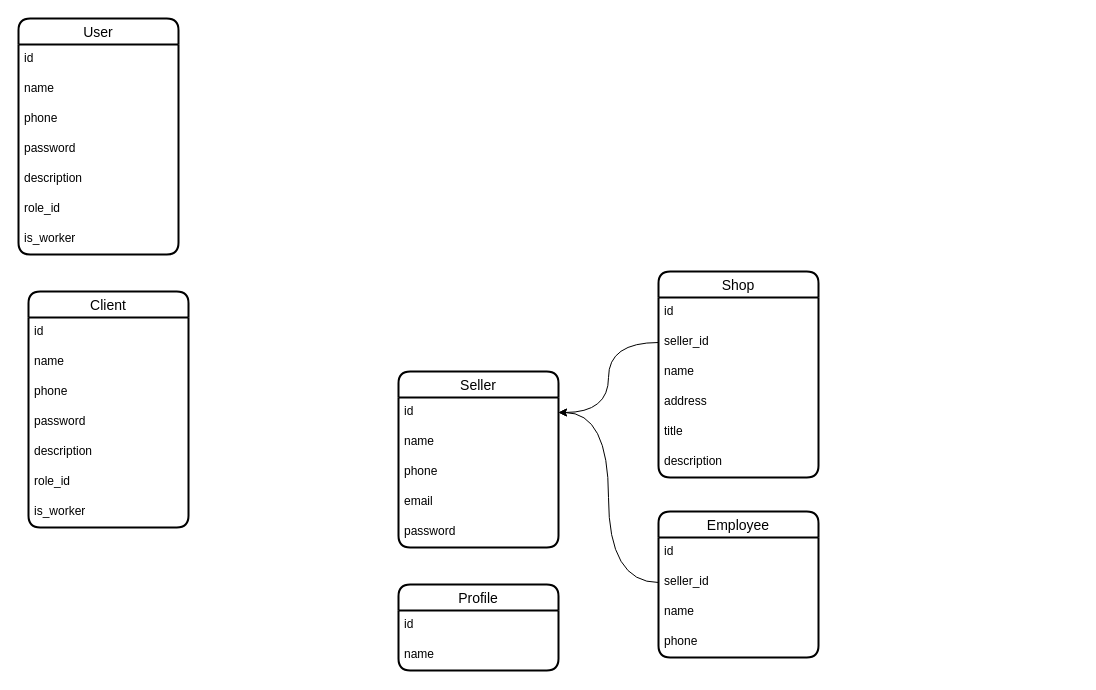
Above: karsoft-e-commerce.drawio in iztileuoff/databases (draw.io), before the change. Source tidied: cells renumbered, new cells numbered last; positions are measured from the earlier drawing's top-left corner, leaving out a move shared by most shapes. Both pictures are drawn from the tidied source at 100%, with x=0, y=0 at pixel (18, 18).
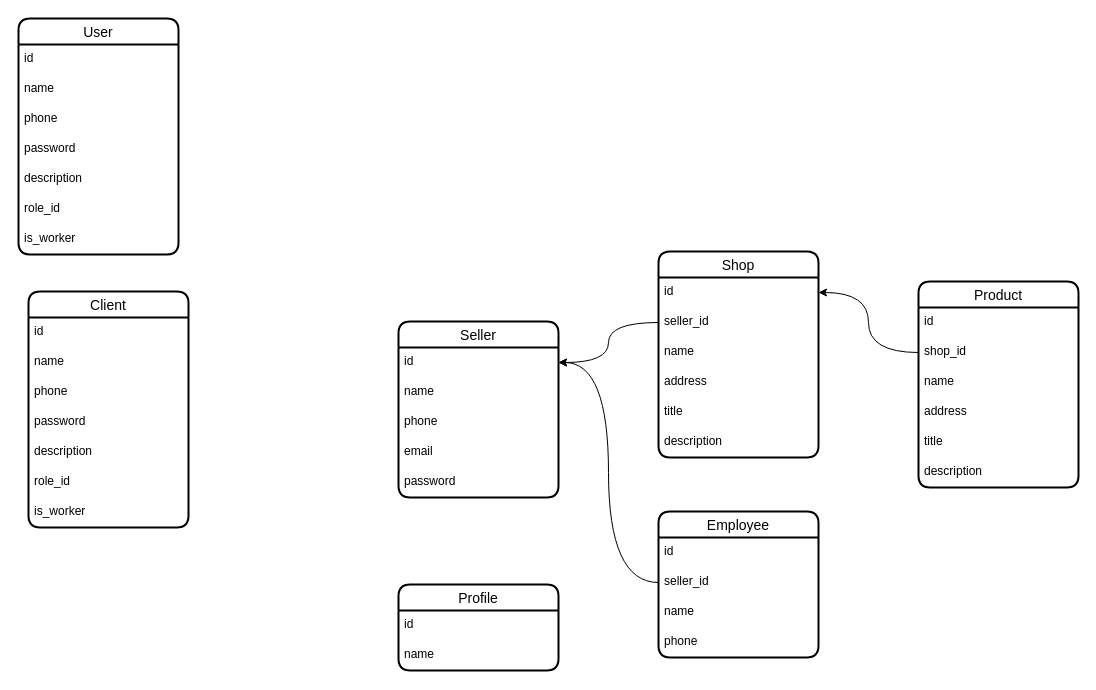
After the change.

Unchanged cells that the change refers to:
```xml
<mxCell id="25" value="id" style="text;strokeColor=none;fillColor=none;spacingLeft=4;spacingRight=4;overflow=hidden;points=[[0,0.5],[1,0.5]];portConstraint=eastwest;fontSize=12;whiteSpace=wrap;html=1;" parent="24" vertex="1">
  <mxGeometry y="26" width="160" height="30" as="geometry" />
</mxCell>
```

Change to the diagram source:
```diff
@@
     <mxCell id="18" value="Seller" style="swimlane;fontStyle=0;horizontal=1;startSize=26;align=center;fontSize=14;strokeWidth=2;rounded=1;shadow=0;glass=0;swimlaneLine=1;" parent="1" vertex="1">
-      <mxGeometry x="380" y="353" width="160" height="176" as="geometry" />
+      <mxGeometry x="380" y="303" width="160" height="176" as="geometry" />
     </mxCell>
@@
     <mxCell id="24" value="Shop" style="swimlane;fontStyle=0;horizontal=1;startSize=26;align=center;fontSize=14;strokeWidth=2;rounded=1;shadow=0;glass=0;swimlaneLine=1;" parent="1" vertex="1">
-      <mxGeometry x="640" y="253" width="160" height="206" as="geometry" />
+      <mxGeometry x="640" y="233" width="160" height="206" as="geometry" />
     </mxCell>
@@
+    <mxCell id="41" value="Product" style="swimlane;fontStyle=0;horizontal=1;startSize=26;align=center;fontSize=14;strokeWidth=2;rounded=1;shadow=0;glass=0;swimlaneLine=1;" parent="1" vertex="1">
+      <mxGeometry x="900" y="263" width="160" height="206" as="geometry" />
+    </mxCell>
+    <mxCell id="42" value="id" style="text;strokeColor=none;fillColor=none;spacingLeft=4;spacingRight=4;overflow=hidden;fontSize=12;whiteSpace=wrap;html=1;" parent="41" vertex="1">
+      <mxGeometry y="26" width="160" height="30" as="geometry" />
+    </mxCell>
+    <mxCell id="43" value="shop_id" style="text;strokeColor=none;fillColor=none;spacingLeft=4;spacingRight=4;overflow=hidden;points=[[0,0.5],[1,0.5]];portConstraint=eastwest;fontSize=12;whiteSpace=wrap;html=1;" parent="41" vertex="1">
+      <mxGeometry y="56" width="160" height="30" as="geometry" />
+    </mxCell>
+    <mxCell id="44" value="name" style="text;strokeColor=none;fillColor=none;spacingLeft=4;spacingRight=4;overflow=hidden;fontSize=12;whiteSpace=wrap;html=1;" parent="41" vertex="1">
+      <mxGeometry y="86" width="160" height="30" as="geometry" />
+    </mxCell>
+    <mxCell id="45" value="address" style="text;strokeColor=none;fillColor=none;spacingLeft=4;spacingRight=4;overflow=hidden;fontSize=12;whiteSpace=wrap;html=1;" parent="41" vertex="1">
+      <mxGeometry y="116" width="160" height="30" as="geometry" />
+    </mxCell>
+    <mxCell id="46" value="title" style="text;strokeColor=none;fillColor=none;spacingLeft=4;spacingRight=4;overflow=hidden;fontSize=12;whiteSpace=wrap;html=1;" parent="41" vertex="1">
+      <mxGeometry y="146" width="160" height="30" as="geometry" />
+    </mxCell>
+    <mxCell id="47" value="description" style="text;strokeColor=none;fillColor=none;spacingLeft=4;spacingRight=4;overflow=hidden;fontSize=12;whiteSpace=wrap;html=1;" parent="41" vertex="1">
+      <mxGeometry y="176" width="160" height="30" as="geometry" />
+    </mxCell>
+    <mxCell id="48" style="edgeStyle=orthogonalEdgeStyle;rounded=0;jettySize=auto;html=1;entryX=1;entryY=0.5;entryDx=0;entryDy=0;curved=1;" parent="1" edge="1" source="43" target="25">
+      <mxGeometry relative="1" as="geometry" />
+    </mxCell>
```
